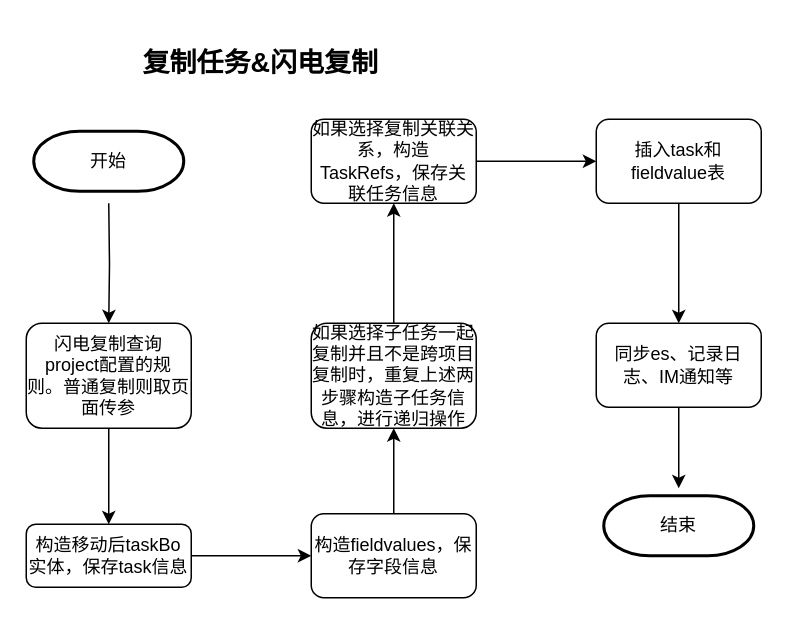
Before: page "Page-1" (1 of 3) of 新建任务分类.drawio in weizp-a/java8-tutorial, a draw.io diagram. Source tidied: cells renumbered, new cells numbered last; positions are measured from the earlier drawing's top-left corner, leaving out a move shared by most shapes. Both pictures are drawn from the tidied source at 150%, with x=0, y=0 at pixel (26, 26).
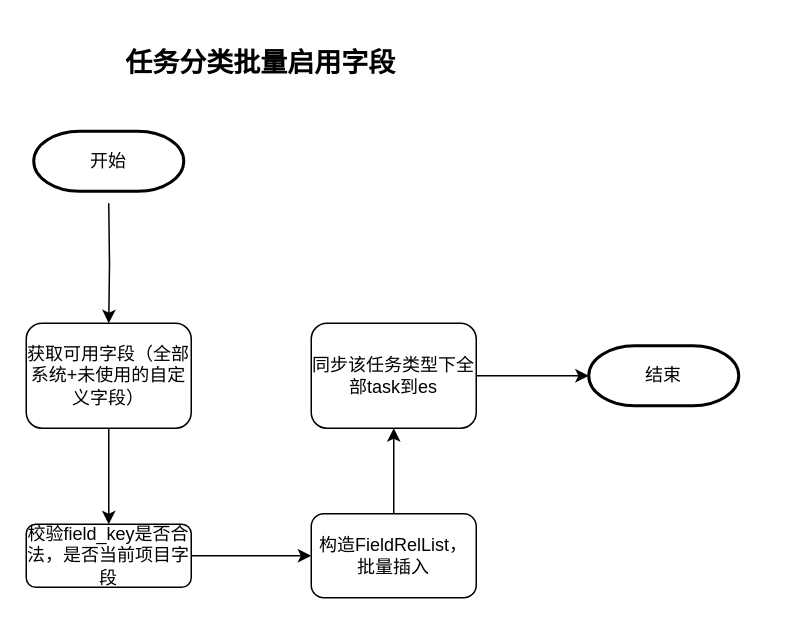
The same page after the edit.

Commit message:
任务分类批量启用字段.drawio

Change to the diagram source:
```diff
@@
-    <mxCell id="6" value="闪电复制查询project配置的规则。普通复制则取页面传参" style="rounded=1;whiteSpace=wrap;html=1;" parent="1" vertex="1">
+    <mxCell id="6" value="获取可用字段（全部系统+未使用的自定义字段）" style="rounded=1;whiteSpace=wrap;html=1;" parent="1" vertex="1">
       <mxGeometry y="198" width="110" height="70" as="geometry" />
     </mxCell>
@@
-    <mxCell id="8" value="构造移动后taskBo实体，保存task信息" style="rounded=1;whiteSpace=wrap;html=1;" parent="1" vertex="1">
+    <mxCell id="8" value="校验field_key是否合法，是否当前项目字段" style="rounded=1;whiteSpace=wrap;html=1;" parent="1" vertex="1">
       <mxGeometry y="332" width="110" height="42" as="geometry" />
     </mxCell>
@@
-    <mxCell id="10" value="构造fieldvalues，保存字段信息" style="rounded=1;whiteSpace=wrap;html=1;" parent="1" vertex="1">
+    <mxCell id="10" value="构造FieldRelList，批量插入" style="rounded=1;whiteSpace=wrap;html=1;" parent="1" vertex="1">
       <mxGeometry x="190" y="325" width="110" height="56" as="geometry" />
     </mxCell>
-    <mxCell id="11" style="edgeStyle=orthogonalEdgeStyle;rounded=0;jettySize=auto;html=1;" parent="1" edge="1" source="12" target="14">
-      <mxGeometry relative="1" as="geometry" />
-    </mxCell>
+    <mxCell id="21" style="edgeStyle=orthogonalEdgeStyle;rounded=0;jettySize=auto;html=1;" parent="1" edge="1" source="12" target="20">
+      <mxGeometry relative="1" as="geometry" />
+    </mxCell>
-    <mxCell id="12" value="如果选择子任务一起复制并且不是跨项目复制时，重复上述两步骤构造子任务信息，进行递归操作" style="rounded=1;whiteSpace=wrap;html=1;" parent="1" vertex="1">
+    <mxCell id="12" value="同步该任务类型下全部task到es" style="rounded=1;whiteSpace=wrap;html=1;" parent="1" vertex="1">
       <mxGeometry x="190" y="198" width="110" height="70" as="geometry" />
     </mxCell>
-    <mxCell id="13" style="edgeStyle=orthogonalEdgeStyle;rounded=0;jettySize=auto;html=1;" parent="1" edge="1" source="14" target="16">
-      <mxGeometry relative="1" as="geometry" />
+    <mxCell id="13" style="edgeStyle=orthogonalEdgeStyle;rounded=0;orthogonalLoop=1;jettySize=auto;html=1;" parent="1" edge="1">
+      <mxGeometry relative="1" as="geometry">
+        <mxPoint x="300" y="90" as="sourcePoint" />
+      </mxGeometry>
     </mxCell>
-    <mxCell id="14" value="如果选择复制关联关系，构造TaskRefs，保存关联任务信息" style="rounded=1;whiteSpace=wrap;html=1;" parent="1" vertex="1">
-      <mxGeometry x="190" y="62" width="110" height="56" as="geometry" />
-    </mxCell>
-    <mxCell id="15" style="edgeStyle=orthogonalEdgeStyle;rounded=0;jettySize=auto;html=1;" parent="1" edge="1" source="16" target="18">
-      <mxGeometry relative="1" as="geometry" />
+    <mxCell id="15" style="edgeStyle=orthogonalEdgeStyle;rounded=0;orthogonalLoop=1;jettySize=auto;html=1;" parent="1" edge="1">
+      <mxGeometry relative="1" as="geometry">
+        <mxPoint x="435" y="118" as="sourcePoint" />
+      </mxGeometry>
     </mxCell>
-    <mxCell id="16" value="插入task和fieldvalue表" style="rounded=1;whiteSpace=wrap;html=1;" parent="1" vertex="1">
-      <mxGeometry x="380" y="62" width="110" height="56" as="geometry" />
-    </mxCell>
-    <mxCell id="17" style="edgeStyle=orthogonalEdgeStyle;rounded=0;jettySize=auto;html=1;exitX=0.5;exitY=1;exitDx=0;exitDy=0;" parent="1" edge="1" source="18">
-      <mxGeometry relative="1" as="geometry">
-        <mxPoint x="435" y="308" as="targetPoint" />
-      </mxGeometry>
-    </mxCell>
-    <mxCell id="18" value="同步es、记录日志、IM通知等" style="rounded=1;whiteSpace=wrap;html=1;" parent="1" vertex="1">
-      <mxGeometry x="380" y="198" width="110" height="56" as="geometry" />
-    </mxCell>
-    <mxCell id="19" value="&lt;h2&gt;复制任务&amp;amp;闪电复制&lt;/h2&gt;" style="text;html=1;align=center;verticalAlign=middle;" parent="1" vertex="1">
+    <mxCell id="19" value="&lt;h2&gt;任务分类批量启用字段&lt;/h2&gt;" style="text;html=1;align=center;verticalAlign=middle;" parent="1" vertex="1">
       <mxGeometry x="71" width="170" height="50" as="geometry" />
     </mxCell>
     <mxCell id="20" value="结束" style="strokeWidth=2;html=1;shape=mxgraph.flowchart.terminator;whiteSpace=wrap;" parent="1" vertex="1">
-      <mxGeometry x="385" y="313" width="100" height="40" as="geometry" />
+      <mxGeometry x="375" y="213" width="100" height="40" as="geometry" />
     </mxCell>
```
